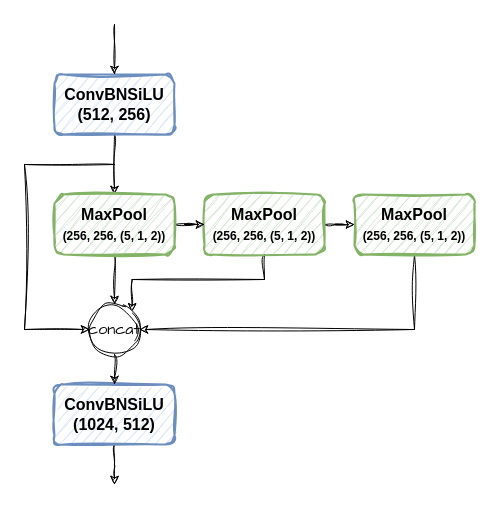
Earlier version of the draw.io diagram page "SPPF" (5 of 6) of figs.drawio (225ceV/tiny). Source tidied: cells renumbered, new cells numbered last; positions are measured from the earlier drawing's top-left corner, leaving out a move shared by most shapes. Both pictures are drawn from the tidied source at 100%, with x=0, y=0 at pixel (24, 24).
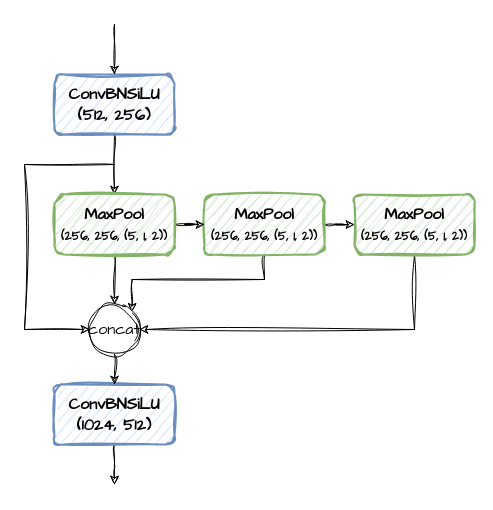
Above is the later version.

The edit, as a diff of the source:
```diff
@@
-    <mxCell id="3" value="&lt;font style=&quot;font-size: 16px;&quot;&gt;&lt;b&gt;ConvBNSiLU&lt;br&gt;(512, 256)&lt;/b&gt;&lt;br&gt;&lt;/font&gt;" style="rounded=1;whiteSpace=wrap;html=1;fillColor=#dae8fc;strokeColor=#6c8ebf;strokeWidth=2;sketch=1;curveFitting=1;jiggle=2;" parent="1" vertex="1">
+    <mxCell id="3" value="&lt;font style=&quot;font-size: 16px;&quot;&gt;&lt;b&gt;&lt;font face=&quot;Comic Sans MS&quot;&gt;ConvBNSiLU&lt;br&gt;(512, 256)&lt;/font&gt;&lt;/b&gt;&lt;br&gt;&lt;/font&gt;" style="rounded=1;whiteSpace=wrap;html=1;fillColor=#dae8fc;strokeColor=#6c8ebf;strokeWidth=2;sketch=1;curveFitting=1;jiggle=2;" parent="1" vertex="1">
       <mxGeometry x="30" y="50" width="120" height="60" as="geometry" />
     </mxCell>
@@
-    <mxCell id="7" value="&lt;b style=&quot;border-color: var(--border-color); font-size: 16px;&quot;&gt;MaxPool&lt;br&gt;&lt;b style=&quot;border-color: var(--border-color); font-size: 12px;&quot;&gt;&lt;font style=&quot;border-color: var(--border-color);&quot;&gt;(256, 256, (5, 1, 2))&lt;/font&gt;&lt;/b&gt;&lt;br&gt;&lt;/b&gt;" style="rounded=1;whiteSpace=wrap;html=1;strokeColor=#82b366;strokeWidth=2;fontFamily=Helvetica;fontSize=12;fillColor=#d5e8d4;sketch=1;curveFitting=1;jiggle=2;" parent="1" vertex="1">
+    <mxCell id="7" value="&lt;b style=&quot;border-color: var(--border-color); font-size: 16px;&quot;&gt;&lt;font face=&quot;Comic Sans MS&quot;&gt;MaxPool&lt;br&gt;&lt;b style=&quot;border-color: var(--border-color); font-size: 12px;&quot;&gt;&lt;font style=&quot;border-color: var(--border-color);&quot;&gt;(256, 256, (5, 1, 2))&lt;/font&gt;&lt;/b&gt;&lt;/font&gt;&lt;br&gt;&lt;/b&gt;" style="rounded=1;whiteSpace=wrap;html=1;strokeColor=#82b366;strokeWidth=2;fontFamily=Helvetica;fontSize=12;fillColor=#d5e8d4;sketch=1;curveFitting=1;jiggle=2;" parent="1" vertex="1">
       <mxGeometry x="180" y="170" width="120" height="60" as="geometry" />
     </mxCell>
@@
-    <mxCell id="9" value="&lt;font style=&quot;font-size: 16px;&quot;&gt;&lt;b&gt;ConvBNSiLU&lt;br&gt;(1024, 512)&lt;/b&gt;&lt;br&gt;&lt;/font&gt;" style="rounded=1;whiteSpace=wrap;html=1;fillColor=#dae8fc;strokeColor=#6c8ebf;strokeWidth=2;sketch=1;curveFitting=1;jiggle=2;" parent="1" vertex="1">
+    <mxCell id="9" value="&lt;font style=&quot;font-size: 16px;&quot;&gt;&lt;b&gt;&lt;font face=&quot;Comic Sans MS&quot;&gt;ConvBNSiLU&lt;br&gt;(1024, 512)&lt;/font&gt;&lt;/b&gt;&lt;br&gt;&lt;/font&gt;" style="rounded=1;whiteSpace=wrap;html=1;fillColor=#dae8fc;strokeColor=#6c8ebf;strokeWidth=2;sketch=1;curveFitting=1;jiggle=2;" parent="1" vertex="1">
       <mxGeometry x="30" y="360" width="120" height="60" as="geometry" />
     </mxCell>
@@
-    <mxCell id="14" value="&lt;b style=&quot;border-color: var(--border-color); font-size: 16px;&quot;&gt;MaxPool&lt;br&gt;&lt;b style=&quot;border-color: var(--border-color); font-size: 12px;&quot;&gt;&lt;font style=&quot;border-color: var(--border-color);&quot;&gt;(256, 256, (5, 1, 2))&lt;/font&gt;&lt;/b&gt;&lt;br&gt;&lt;/b&gt;" style="rounded=1;whiteSpace=wrap;html=1;strokeColor=#82b366;strokeWidth=2;fontFamily=Helvetica;fontSize=12;fillColor=#d5e8d4;sketch=1;curveFitting=1;jiggle=2;" parent="1" vertex="1">
+    <mxCell id="14" value="&lt;b style=&quot;border-color: var(--border-color); font-size: 16px;&quot;&gt;&lt;font face=&quot;Comic Sans MS&quot;&gt;MaxPool&lt;br&gt;&lt;b style=&quot;border-color: var(--border-color); font-size: 12px;&quot;&gt;&lt;font style=&quot;border-color: var(--border-color);&quot;&gt;(256, 256, (5, 1, 2))&lt;/font&gt;&lt;/b&gt;&lt;/font&gt;&lt;br&gt;&lt;/b&gt;" style="rounded=1;whiteSpace=wrap;html=1;strokeColor=#82b366;strokeWidth=2;fontFamily=Helvetica;fontSize=12;fillColor=#d5e8d4;sketch=1;curveFitting=1;jiggle=2;" parent="1" vertex="1">
       <mxGeometry x="30" y="170" width="120" height="60" as="geometry" />
     </mxCell>
@@
-    <mxCell id="16" value="&lt;b style=&quot;border-color: var(--border-color); font-size: 16px;&quot;&gt;MaxPool&lt;br&gt;&lt;b style=&quot;border-color: var(--border-color); font-size: 12px;&quot;&gt;&lt;font style=&quot;border-color: var(--border-color);&quot;&gt;(256, 256, (5, 1, 2))&lt;/font&gt;&lt;/b&gt;&lt;br&gt;&lt;/b&gt;" style="rounded=1;whiteSpace=wrap;html=1;strokeColor=#82b366;strokeWidth=2;fontFamily=Helvetica;fontSize=12;fillColor=#d5e8d4;sketch=1;curveFitting=1;jiggle=2;" parent="1" vertex="1">
+    <mxCell id="16" value="&lt;b style=&quot;border-color: var(--border-color); font-size: 16px;&quot;&gt;&lt;font face=&quot;Comic Sans MS&quot;&gt;MaxPool&lt;br&gt;&lt;b style=&quot;border-color: var(--border-color); font-size: 12px;&quot;&gt;&lt;font style=&quot;border-color: var(--border-color);&quot;&gt;(256, 256, (5, 1, 2))&lt;/font&gt;&lt;/b&gt;&lt;/font&gt;&lt;br&gt;&lt;/b&gt;" style="rounded=1;whiteSpace=wrap;html=1;strokeColor=#82b366;strokeWidth=2;fontFamily=Helvetica;fontSize=12;fillColor=#d5e8d4;sketch=1;curveFitting=1;jiggle=2;" parent="1" vertex="1">
       <mxGeometry x="330" y="170" width="120" height="60" as="geometry" />
     </mxCell>
```
